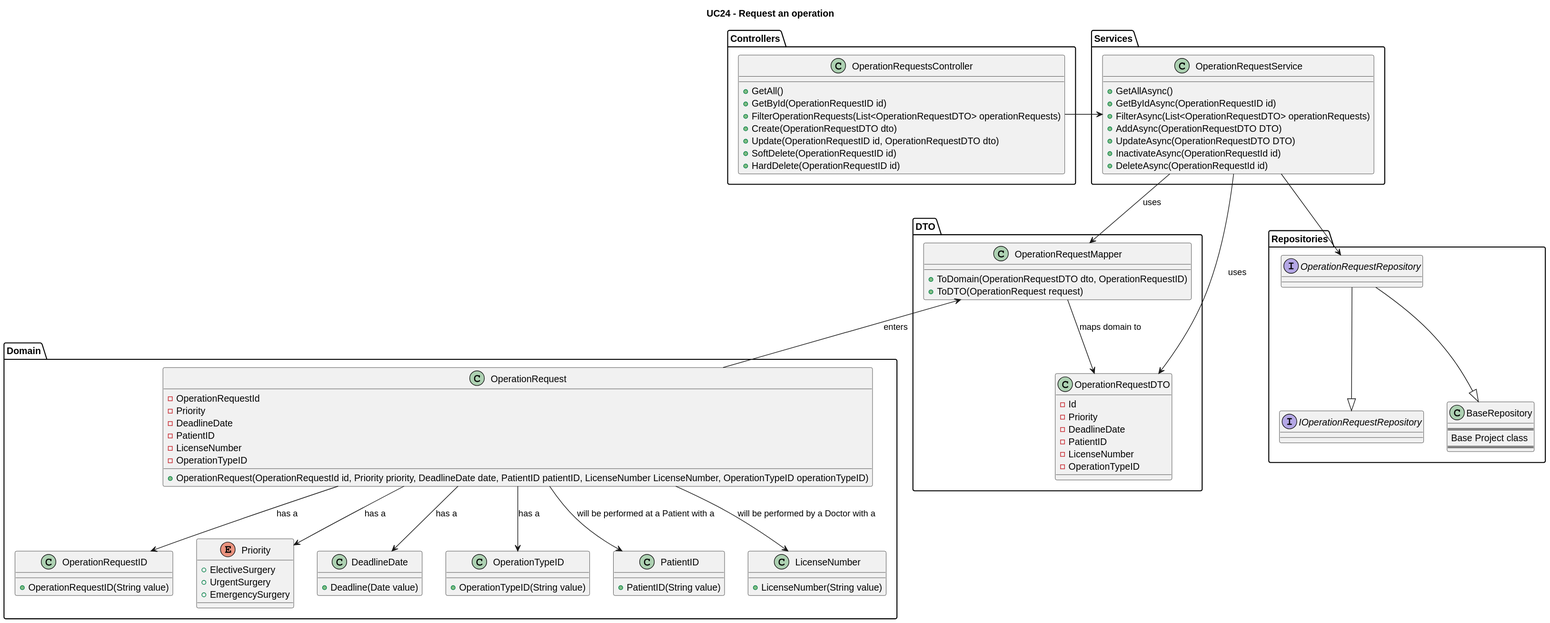
Earlier version of the PlantUML export Wiki/SprintA/diagrams/use-cases/24-request-an-operation/class-diagram.svg (MiguelCardoso77/SurgicalSync-BackEnd). Its diagram source:
```plantuml
@startuml
Title "UC24 - Request an operation"

package "Domain"{

class OperationRequest{
    - OperationRequestId
    - Priority
    - DeadlineDate
    - PatientID
    - LicenseNumber
    - OperationTypeID
    + OperationRequest(OperationRequestId id, Priority priority, DeadlineDate date, PatientID patientID, LicenseNumber LicenseNumber, OperationTypeID operationTypeID)
}

class OperationRequestID{
    + OperationRequestID(String value)
}

Enum Priority{
    + ElectiveSurgery
    + UrgentSurgery
    + EmergencySurgery
}

class DeadlineDate{
    + Deadline(Date value)
}

class OperationTypeID{
    + OperationTypeID(String value)
}

class PatientID{
    + PatientID(String value)
}

class LicenseNumber{
    + LicenseNumber(String value)
}

}

package "DTO"{

class OperationRequestDTO{
    - Id
    - Priority
    - DeadlineDate
    - PatientID
    - LicenseNumber
    - OperationTypeID
}

class OperationRequestMapper{
    + ToDomain(OperationRequestDTO dto, OperationRequestID)
    + ToDTO(OperationRequest request)
}
}

package "Controllers"{

class OperationRequestsController{
    + GetAll()
    + GetById(OperationRequestID id)
    + FilterOperationRequests(List<OperationRequestDTO> operationRequests)
    + Create(OperationRequestDTO dto)
    + Update(OperationRequestID id, OperationRequestDTO dto)
    + SoftDelete(OperationRequestID id)
    + HardDelete(OperationRequestID id)
}

}

package "Services"{
    class OperationRequestService{
        + GetAllAsync()
        + GetByIdAsync(OperationRequestID id)
        + FilterAsync(List<OperationRequestDTO> operationRequests)
        + AddAsync(OperationRequestDTO DTO)
        + UpdateAsync(OperationRequestDTO DTO)
        + InactivateAsync(OperationRequestId id)
        + DeleteAsync(OperationRequestId id)
    }
}

package "Repositories"{

interface IOperationRequestRepository{
}

interface OperationRequestRepository{
}

class BaseRepository{
====
Base Project class
====
}

}

OperationRequestsController -> OperationRequestService
OperationRequestService --> OperationRequestMapper : uses
OperationRequestService --> OperationRequestDTO : uses

OperationRequestMapper --> OperationRequestDTO : maps domain to
OperationRequestMapper <-- OperationRequest : enters

OperationRequest --> OperationRequestID : has a
OperationRequest --> Priority : has a
OperationRequest --> DeadlineDate : has a
OperationRequest --> PatientID : will be performed at a Patient with a
OperationRequest --> LicenseNumber : will be performed by a Doctor with a
OperationRequest --> OperationTypeID : has a

OperationRequestService --> OperationRequestRepository

OperationRequestRepository --|> BaseRepository
OperationRequestRepository --|> IOperationRequestRepository
@enduml
```
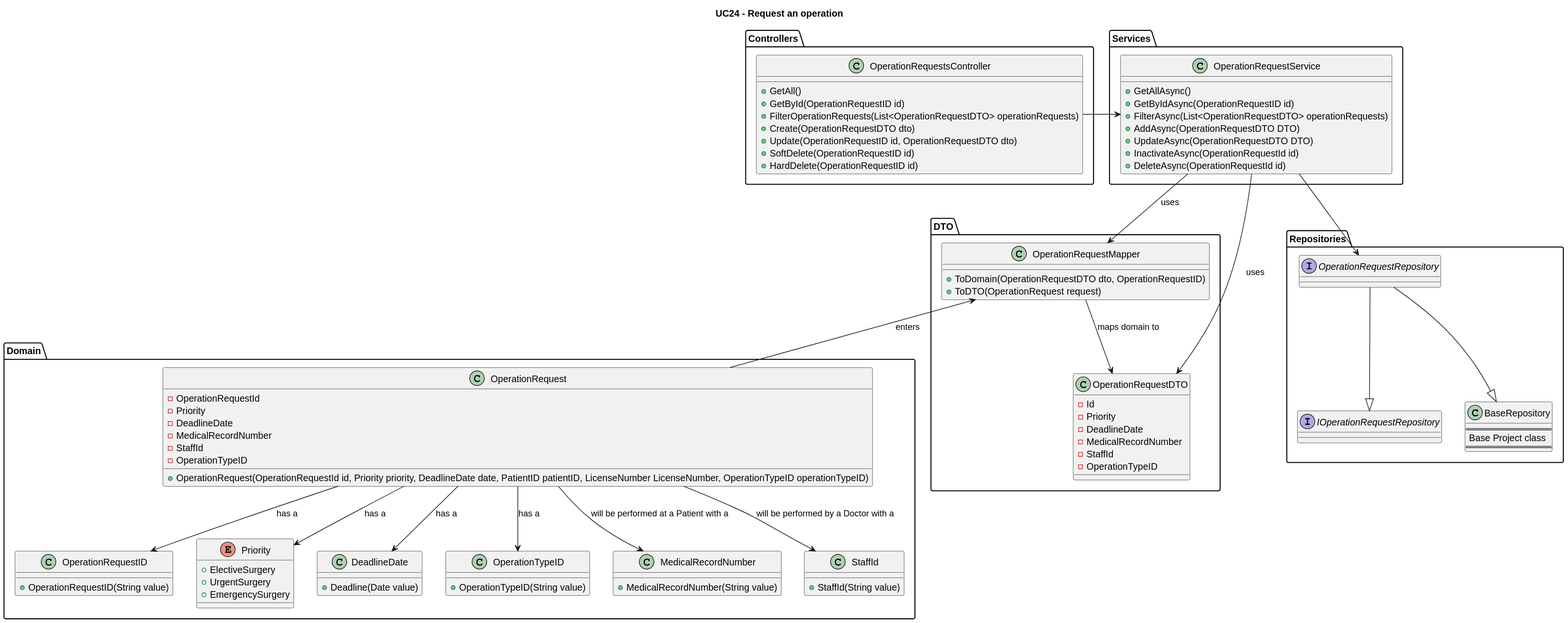
After the commit.

Commit message:
#16 class diagram fix

The edit, as a diff of the source:
```diff
@@ -7,8 +7,8 @@
     - OperationRequestId
     - Priority
     - DeadlineDate
-    - PatientID
-    - LicenseNumber
+    - MedicalRecordNumber
+    - StaffId
     - OperationTypeID
     + OperationRequest(OperationRequestId id, Priority priority, DeadlineDate date, PatientID patientID, LicenseNumber LicenseNumber, OperationTypeID operationTypeID)
 }
@@ -31,12 +31,12 @@
     + OperationTypeID(String value)
 }
 
-class PatientID{
-    + PatientID(String value)
+class MedicalRecordNumber{
+    + MedicalRecordNumber(String value)
 }
 
-class LicenseNumber{
-    + LicenseNumber(String value)
+class StaffId{
+    + StaffId(String value)
 }
 
 }
@@ -47,8 +47,8 @@
     - Id
     - Priority
     - DeadlineDate
-    - PatientID
-    - LicenseNumber
+    - MedicalRecordNumber
+    - StaffId
     - OperationTypeID
 }
 
@@ -110,8 +110,8 @@
 OperationRequest --> OperationRequestID : has a
 OperationRequest --> Priority : has a
 OperationRequest --> DeadlineDate : has a
-OperationRequest --> PatientID : will be performed at a Patient with a
-OperationRequest --> LicenseNumber : will be performed by a Doctor with a
+OperationRequest --> MedicalRecordNumber : will be performed at a Patient with a
+OperationRequest --> StaffId : will be performed by a Doctor with a
 OperationRequest --> OperationTypeID : has a
 
 OperationRequestService --> OperationRequestRepository
```
